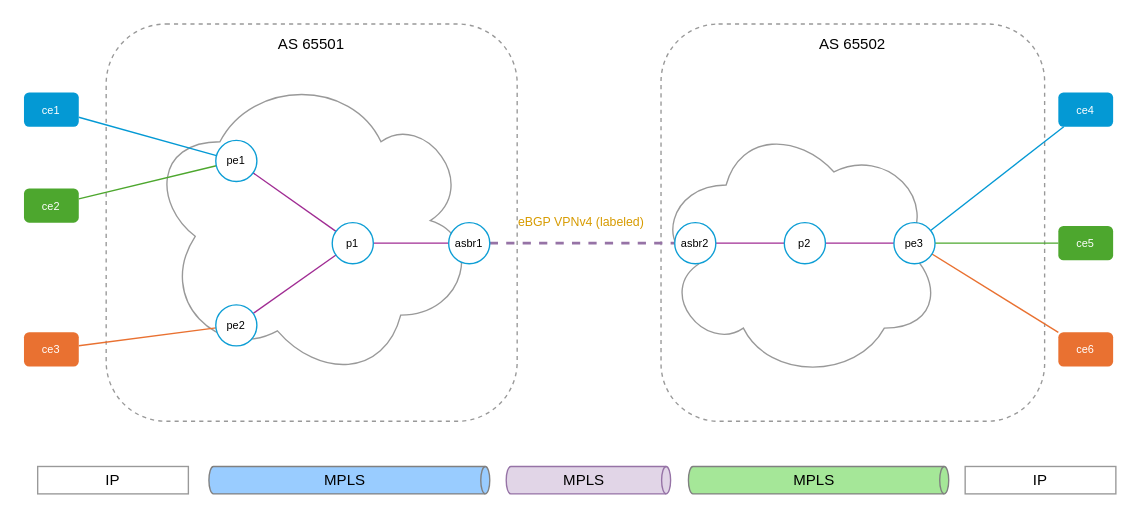
Above: playset/images/InterASOptionB.drawio in zebra-rs/zebra-rs (draw.io), before the change. Source tidied: cells renumbered, new cells numbered last; positions are measured from the earlier drawing's top-left corner, leaving out a move shared by most shapes. Both pictures are drawn from the tidied source at 137%, with x=0, y=0 at pixel (23, 23).
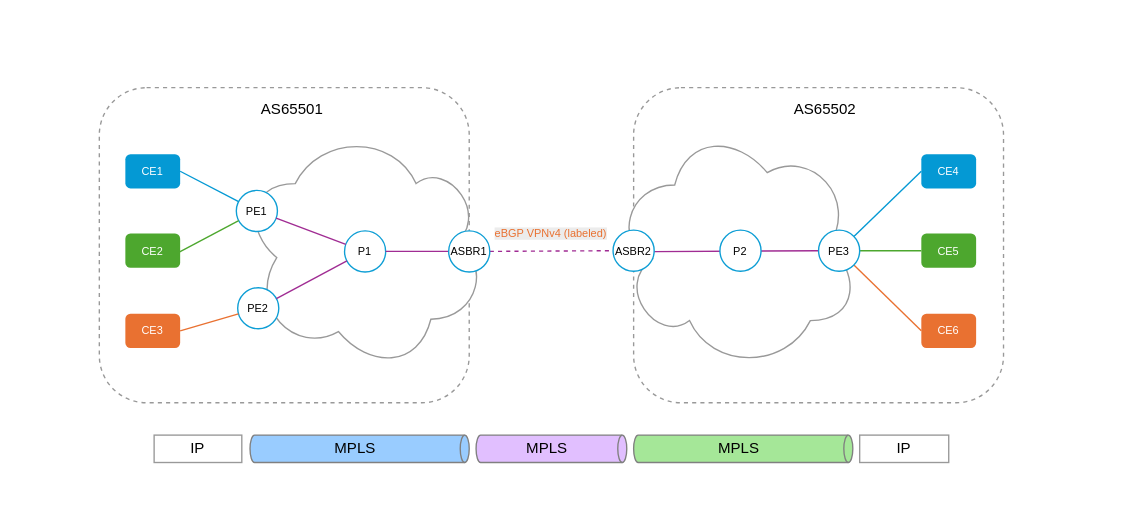
The same page after the edit.

The edit, as a diff of the source:
```diff
@@
-    <mxCell id="2" style="rounded=1;whiteSpace=wrap;html=1;fillColor=none;dashed=1;strokeColor=#999999;" parent="1" vertex="1">
-      <mxGeometry x="60" width="300" height="290" as="geometry" />
-    </mxCell>
-    <mxCell id="3" style="rounded=1;whiteSpace=wrap;html=1;fillColor=none;dashed=1;strokeColor=#999999;" parent="1" vertex="1">
-      <mxGeometry x="465" width="280" height="290" as="geometry" />
-    </mxCell>
-    <mxCell id="4" style="ellipse;shape=cloud;whiteSpace=wrap;html=1;flipV=1;flipH=1;strokeColor=#999999;" parent="1" vertex="1">
-      <mxGeometry x="95" y="40" width="240" height="230" as="geometry" />
-    </mxCell>
-    <mxCell id="5" style="ellipse;shape=cloud;whiteSpace=wrap;html=1;strokeColor=#999999;" parent="1" vertex="1">
-      <mxGeometry x="460" y="70" width="210" height="190" as="geometry" />
-    </mxCell>
-    <mxCell id="6" value="AS 65501" style="text;html=1;whiteSpace=wrap;strokeColor=none;fillColor=none;align=center;verticalAlign=middle;rounded=0;fontSize=11;" parent="1" vertex="1">
-      <mxGeometry x="175" width="70" height="30" as="geometry" />
-    </mxCell>
-    <mxCell id="7" value="AS 65502" style="text;html=1;whiteSpace=wrap;strokeColor=none;fillColor=none;align=center;verticalAlign=middle;rounded=0;fontSize=11;" parent="1" vertex="1">
-      <mxGeometry x="570" width="70" height="30" as="geometry" />
-    </mxCell>
-    <mxCell id="8" style="endArrow=none;html=1;rounded=0;strokeColor=#0499D4;" parent="1" edge="1" source="28" target="21">
-      <mxGeometry relative="1" as="geometry" />
-    </mxCell>
-    <mxCell id="9" style="endArrow=none;html=1;rounded=0;strokeColor=#4DA72E;" parent="1" edge="1" source="29" target="21">
-      <mxGeometry relative="1" as="geometry" />
-    </mxCell>
-    <mxCell id="10" style="endArrow=none;html=1;rounded=0;strokeColor=#E97131;" parent="1" edge="1" source="30" target="22">
-      <mxGeometry relative="1" as="geometry" />
-    </mxCell>
-    <mxCell id="11" style="endArrow=none;html=1;rounded=0;strokeColor=#A02C93;" parent="1" edge="1" source="21" target="23">
-      <mxGeometry relative="1" as="geometry" />
-    </mxCell>
-    <mxCell id="12" style="endArrow=none;html=1;rounded=0;strokeColor=#A02C93;" parent="1" edge="1" source="22" target="23">
-      <mxGeometry relative="1" as="geometry" />
-    </mxCell>
-    <mxCell id="13" style="endArrow=none;html=1;rounded=0;strokeColor=#A02C93;" parent="1" edge="1" source="23" target="24">
-      <mxGeometry relative="1" as="geometry" />
-    </mxCell>
-    <mxCell id="14" style="endArrow=none;html=1;rounded=0;strokeColor=#A02C93;" parent="1" edge="1" source="25" target="26">
-      <mxGeometry relative="1" as="geometry" />
-    </mxCell>
-    <mxCell id="15" style="endArrow=none;html=1;rounded=0;strokeColor=#A02C93;" parent="1" edge="1" source="26" target="27">
-      <mxGeometry relative="1" as="geometry" />
-    </mxCell>
-    <mxCell id="16" style="endArrow=none;html=1;rounded=0;strokeColor=#0499D4;" parent="1" edge="1" source="27" target="31">
-      <mxGeometry relative="1" as="geometry" />
-    </mxCell>
-    <mxCell id="17" style="endArrow=none;html=1;rounded=0;strokeColor=#4DA72E;" parent="1" edge="1" source="27" target="32">
-      <mxGeometry relative="1" as="geometry" />
-    </mxCell>
-    <mxCell id="18" style="endArrow=none;html=1;rounded=0;strokeColor=#E97131;" parent="1" edge="1" source="27" target="33">
-      <mxGeometry relative="1" as="geometry" />
-    </mxCell>
-    <mxCell id="19" style="endArrow=none;html=1;rounded=0;dashed=1;strokeColor=#9673A6;strokeWidth=2;" parent="1" edge="1" source="24" target="25">
-      <mxGeometry relative="1" as="geometry" />
-    </mxCell>
+    <mxCell id="39" style="rounded=0;whiteSpace=wrap;html=1;strokeColor=none;" parent="1" vertex="1">
+      <mxGeometry x="25" y="16.5" width="720" height="330" as="geometry" />
+    </mxCell>
+    <mxCell id="40" style="rounded=1;whiteSpace=wrap;html=1;fillColor=none;dashed=1;strokeColor=#999999;" parent="1" vertex="1">
+      <mxGeometry x="445" y="46.5" width="270" height="230" as="geometry" />
+    </mxCell>
+    <mxCell id="41" style="ellipse;shape=cloud;whiteSpace=wrap;html=1;strokeColor=#999999;" parent="1" vertex="1">
+      <mxGeometry x="430" y="72.5" width="180" height="180" as="geometry" />
+    </mxCell>
+    <mxCell id="42" style="rounded=1;whiteSpace=wrap;html=1;fillColor=none;dashed=1;strokeColor=#999999;" parent="1" vertex="1">
+      <mxGeometry x="55" y="46.5" width="270" height="230" as="geometry" />
+    </mxCell>
+    <mxCell id="43" style="ellipse;shape=cloud;whiteSpace=wrap;html=1;flipV=1;flipH=1;strokeColor=#999999;" parent="1" vertex="1">
+      <mxGeometry x="162" y="80.5" width="180" height="180" as="geometry" />
+    </mxCell>
+    <mxCell id="44" value="PE1" style="ellipse;whiteSpace=wrap;html=1;strokeColor=#0E9ED5;fontSize=8;" parent="1" vertex="1">
+      <mxGeometry x="155" y="121.5" width="30" height="30" as="geometry" />
+    </mxCell>
+    <mxCell id="45" value="&lt;font&gt;P1&lt;/font&gt;" style="ellipse;whiteSpace=wrap;html=1;strokeColor=#0E9ED5;fontSize=8;" parent="1" vertex="1">
+      <mxGeometry x="234" y="151" width="30" height="30" as="geometry" />
+    </mxCell>
+    <mxCell id="46" value="&lt;font&gt;PE2&lt;/font&gt;" style="ellipse;whiteSpace=wrap;html=1;strokeColor=#0E9ED5;fontSize=8;" parent="1" vertex="1">
+      <mxGeometry x="156" y="192.5" width="30" height="30" as="geometry" />
+    </mxCell>
+    <mxCell id="47" value="CE1" style="rounded=1;whiteSpace=wrap;html=1;fillStyle=solid;fillColor=#0499D4;strokeColor=none;fontSize=8;fontColor=#FFFFFF;" parent="1" vertex="1">
+      <mxGeometry x="74" y="95" width="40" height="25" as="geometry" />
+    </mxCell>
+    <mxCell id="48" value="CE4" style="rounded=1;whiteSpace=wrap;html=1;fillStyle=solid;fillColor=#0499D4;strokeColor=none;fontSize=8;fontColor=#FFFFFF;" parent="1" vertex="1">
+      <mxGeometry x="655" y="95" width="40" height="25" as="geometry" />
+    </mxCell>
+    <mxCell id="49" style="endArrow=none;html=1;rounded=0;exitX=1;exitY=0.5;exitDx=0;exitDy=0;strokeColor=#0499D4;fillColor=#0499D4;" parent="1" edge="1" source="47" target="44">
+      <mxGeometry relative="1" as="geometry" />
+    </mxCell>
+    <mxCell id="50" value="CE5" style="rounded=1;whiteSpace=wrap;html=1;fillStyle=solid;fillColor=#4DA72E;strokeColor=none;fontSize=8;fontColor=#FFFFFF;" parent="1" vertex="1">
+      <mxGeometry x="655" y="153" width="40" height="25" as="geometry" />
+    </mxCell>
+    <mxCell id="51" value="CE2" style="rounded=1;whiteSpace=wrap;html=1;fillStyle=solid;fillColor=#4DA72E;strokeColor=none;fontSize=8;fontColor=#FFFFFF;" parent="1" vertex="1">
+      <mxGeometry x="74" y="153" width="40" height="25" as="geometry" />
+    </mxCell>
+    <mxCell id="52" value="CE3" style="rounded=1;whiteSpace=wrap;html=1;fillStyle=solid;fillColor=#E97131;strokeColor=none;fontSize=8;fontColor=#FFFFFF;" parent="1" vertex="1">
+      <mxGeometry x="74" y="211.5" width="40" height="25" as="geometry" />
+    </mxCell>
+    <mxCell id="53" value="CE6" style="rounded=1;whiteSpace=wrap;html=1;fillStyle=solid;fillColor=#E97131;strokeColor=none;fontSize=8;fontColor=#FFFFFF;" parent="1" vertex="1">
+      <mxGeometry x="655" y="211.5" width="40" height="25" as="geometry" />
+    </mxCell>
+    <mxCell id="54" style="endArrow=none;html=1;rounded=0;strokeColor=#4DA72E;exitX=0.957;exitY=0.562;exitDx=0;exitDy=0;exitPerimeter=0;" parent="1" edge="1" source="51" target="44">
+      <mxGeometry relative="1" as="geometry" />
+    </mxCell>
+    <mxCell id="55" style="endArrow=none;html=1;rounded=0;exitX=1;exitY=0.5;exitDx=0;exitDy=0;strokeColor=#E97131;" parent="1" edge="1" source="52" target="46">
+      <mxGeometry relative="1" as="geometry" />
+    </mxCell>
+    <mxCell id="56" style="endArrow=none;html=1;rounded=0;entryX=0;entryY=0.5;entryDx=0;entryDy=0;strokeColor=#0499D4;" parent="1" edge="1" source="66" target="48">
+      <mxGeometry relative="1" as="geometry" />
+    </mxCell>
+    <mxCell id="57" style="endArrow=none;html=1;rounded=0;entryX=0;entryY=0.5;entryDx=0;entryDy=0;strokeColor=#4DA72E;" parent="1" edge="1" source="66" target="50">
+      <mxGeometry relative="1" as="geometry" />
+    </mxCell>
+    <mxCell id="58" style="endArrow=none;html=1;rounded=0;entryX=0;entryY=0.5;entryDx=0;entryDy=0;strokeColor=#E97131;" parent="1" edge="1" source="66" target="53">
+      <mxGeometry relative="1" as="geometry" />
+    </mxCell>
+    <mxCell id="59" style="endArrow=none;html=1;rounded=0;strokeColor=#A02C93;" parent="1" edge="1" source="45" target="63">
+      <mxGeometry relative="1" as="geometry" />
+    </mxCell>
+    <mxCell id="60" style="endArrow=none;html=1;rounded=0;strokeColor=#A02C93;" parent="1" edge="1" source="44" target="45">
+      <mxGeometry relative="1" as="geometry" />
+    </mxCell>
+    <mxCell id="61" style="endArrow=none;html=1;rounded=0;strokeColor=#A02C93;" parent="1" edge="1" source="46" target="45">
+      <mxGeometry relative="1" as="geometry" />
+    </mxCell>
+    <mxCell id="62" style="endArrow=none;html=1;rounded=0;strokeColor=light-dark(#a02b93, #418e26);dashed=1;" parent="1" edge="1" source="63" target="67">
+      <mxGeometry relative="1" as="geometry" />
+    </mxCell>
+    <mxCell id="63" value="ASBR1" style="ellipse;whiteSpace=wrap;html=1;strokeColor=#0E9ED5;fontSize=8;" parent="1" vertex="1">
+      <mxGeometry x="310" y="151" width="30" height="30" as="geometry" />
+    </mxCell>
+    <mxCell id="64" style="endArrow=none;html=1;rounded=0;strokeColor=#A02C93;" parent="1" edge="1" target="66">
+      <mxGeometry relative="1" as="geometry">
+        <mxPoint x="460" y="166.2" as="sourcePoint" />
+      </mxGeometry>
+    </mxCell>
+    <mxCell id="65" value="&lt;span&gt;P2&lt;/span&gt;" style="ellipse;whiteSpace=wrap;html=1;strokeColor=#0E9ED5;fontSize=8;" parent="1" vertex="1">
+      <mxGeometry x="508" y="150.5" width="30" height="30" as="geometry" />
+    </mxCell>
+    <mxCell id="66" value="PE3" style="ellipse;whiteSpace=wrap;html=1;strokeColor=#0E9ED5;fontSize=8;" parent="1" vertex="1">
+      <mxGeometry x="580" y="150.5" width="30" height="30" as="geometry" />
+    </mxCell>
+    <mxCell id="67" value="&lt;span&gt;ASBR2&lt;/span&gt;" style="ellipse;whiteSpace=wrap;html=1;strokeColor=#0E9ED5;fontSize=8;" parent="1" vertex="1">
+      <mxGeometry x="430" y="150.5" width="30" height="30" as="geometry" />
+    </mxCell>
+    <mxCell id="68" value="AS65501" style="text;html=1;whiteSpace=wrap;strokeColor=none;fillColor=none;align=center;verticalAlign=middle;rounded=0;fontSize=11;" parent="1" vertex="1">
+      <mxGeometry x="161" y="46.5" width="70" height="30" as="geometry" />
+    </mxCell>
+    <mxCell id="69" value="AS65502" style="text;html=1;whiteSpace=wrap;strokeColor=none;fillColor=none;align=center;verticalAlign=middle;rounded=0;fontSize=11;" parent="1" vertex="1">
+      <mxGeometry x="550" y="46.5" width="70" height="30" as="geometry" />
+    </mxCell>
+    <mxCell id="70" value="&lt;font&gt;MPLS&lt;/font&gt;" style="shape=cylinder3;whiteSpace=wrap;html=1;boundedLbl=1;backgroundOutline=1;size=3.285714285714164;direction=south;strokeColor=#808080;fillColor=light-dark(#99CCFF,#2566A8);fontColor=#000000;fontSize=11;" parent="1" vertex="1">
+      <mxGeometry x="165" y="300.1" width="160" height="20" as="geometry" />
+    </mxCell>
+    <mxCell id="71" value="&lt;font style=&quot;color: rgb(0, 0, 0);&quot;&gt;MPLS&lt;/font&gt;" style="shape=cylinder3;whiteSpace=wrap;html=1;boundedLbl=1;backgroundOutline=1;size=3.285714285714164;direction=south;strokeColor=#808080;fillColor=light-dark(#A5E798,#003900);fontColor=#FFFFFF;fontSize=11;" parent="1" vertex="1">
+      <mxGeometry x="445" y="300.1" width="160" height="20" as="geometry" />
+    </mxCell>
+    <mxCell id="72" value="&lt;font&gt;IP&lt;/font&gt;" style="rounded=0;whiteSpace=wrap;html=1;strokeColor=#999999;fontSize=11;" parent="1" vertex="1">
+      <mxGeometry x="95" y="300.1" width="64" height="20" as="geometry" />
+    </mxCell>
+    <mxCell id="73" value="&lt;font&gt;IP&lt;/font&gt;" style="rounded=0;whiteSpace=wrap;html=1;strokeColor=#999999;fontSize=11;" parent="1" vertex="1">
+      <mxGeometry x="610" y="300.1" width="65" height="20" as="geometry" />
+    </mxCell>
+    <mxCell id="74" value="&lt;font style=&quot;color: rgb(0, 0, 0);&quot;&gt;MPLS&lt;/font&gt;" style="shape=cylinder3;whiteSpace=wrap;html=1;boundedLbl=1;backgroundOutline=1;size=3.285714285714164;direction=south;strokeColor=#808080;fillColor=light-dark(#E1BFFF,#774BA3);fontColor=#FFFFFF;fontSize=11;" parent="1" vertex="1">
+      <mxGeometry x="330" y="300.1" width="110" height="20" as="geometry" />
+    </mxCell>
-    <mxCell id="20" value="eBGP VPNv4 (labeled)" style="text;html=1;whiteSpace=wrap;strokeColor=none;fillColor=none;align=center;verticalAlign=middle;rounded=0;fontSize=9;fontColor=#D79B00;" parent="1" vertex="1">
-      <mxGeometry x="342" y="138" width="130" height="14" as="geometry" />
+    <mxCell id="20" value="&lt;span style=&quot;color: rgb(233, 113, 49); font-family: Helvetica; font-size: 8px; font-style: normal; font-variant-ligatures: normal; font-variant-caps: normal; font-weight: 400; letter-spacing: normal; orphans: 2; text-align: center; text-indent: 0px; text-transform: none; widows: 2; word-spacing: 0px; -webkit-text-stroke-width: 0px; white-space: normal; background-color: rgb(236, 236, 236); text-decoration-thickness: initial; text-decoration-style: initial; text-decoration-color: initial; display: inline !important; float: none;&quot;&gt;eBGP VPNv4 (labeled)&lt;/span&gt;" style="text;whiteSpace=wrap;html=1;" parent="1" vertex="1">
+      <mxGeometry x="342" y="138" width="120" height="40" as="geometry" />
     </mxCell>
-    <mxCell id="21" value="pe1" style="ellipse;whiteSpace=wrap;html=1;strokeColor=#0E9ED5;fillColor=#FFFFFF;fontSize=8;" parent="1" vertex="1">
-      <mxGeometry x="140" y="85" width="30" height="30" as="geometry" />
-    </mxCell>
-    <mxCell id="22" value="pe2" style="ellipse;whiteSpace=wrap;html=1;strokeColor=#0E9ED5;fillColor=#FFFFFF;fontSize=8;" parent="1" vertex="1">
-      <mxGeometry x="140" y="205" width="30" height="30" as="geometry" />
-    </mxCell>
-    <mxCell id="23" value="p1" style="ellipse;whiteSpace=wrap;html=1;strokeColor=#0E9ED5;fillColor=#FFFFFF;fontSize=8;" parent="1" vertex="1">
-      <mxGeometry x="225" y="145" width="30" height="30" as="geometry" />
-    </mxCell>
-    <mxCell id="24" value="asbr1" style="ellipse;whiteSpace=wrap;html=1;strokeColor=#0E9ED5;fillColor=#FFFFFF;fontSize=8;" parent="1" vertex="1">
-      <mxGeometry x="310" y="145" width="30" height="30" as="geometry" />
-    </mxCell>
-    <mxCell id="25" value="asbr2" style="ellipse;whiteSpace=wrap;html=1;strokeColor=#0E9ED5;fillColor=#FFFFFF;fontSize=8;" parent="1" vertex="1">
-      <mxGeometry x="475" y="145" width="30" height="30" as="geometry" />
-    </mxCell>
-    <mxCell id="26" value="p2" style="ellipse;whiteSpace=wrap;html=1;strokeColor=#0E9ED5;fillColor=#FFFFFF;fontSize=8;" parent="1" vertex="1">
-      <mxGeometry x="555" y="145" width="30" height="30" as="geometry" />
-    </mxCell>
-    <mxCell id="27" value="pe3" style="ellipse;whiteSpace=wrap;html=1;strokeColor=#0E9ED5;fillColor=#FFFFFF;fontSize=8;" parent="1" vertex="1">
-      <mxGeometry x="635" y="145" width="30" height="30" as="geometry" />
-    </mxCell>
-    <mxCell id="28" value="ce1" style="rounded=1;whiteSpace=wrap;html=1;fillStyle=solid;fillColor=#0499D4;strokeColor=none;fontSize=8;fontColor=#FFFFFF;" parent="1" vertex="1">
-      <mxGeometry y="50" width="40" height="25" as="geometry" />
-    </mxCell>
-    <mxCell id="29" value="ce2" style="rounded=1;whiteSpace=wrap;html=1;fillStyle=solid;fillColor=#4DA72E;strokeColor=none;fontSize=8;fontColor=#FFFFFF;" parent="1" vertex="1">
-      <mxGeometry y="120" width="40" height="25" as="geometry" />
-    </mxCell>
-    <mxCell id="30" value="ce3" style="rounded=1;whiteSpace=wrap;html=1;fillStyle=solid;fillColor=#E97131;strokeColor=none;fontSize=8;fontColor=#FFFFFF;" parent="1" vertex="1">
-      <mxGeometry y="225" width="40" height="25" as="geometry" />
-    </mxCell>
-    <mxCell id="31" value="ce4" style="rounded=1;whiteSpace=wrap;html=1;fillStyle=solid;fillColor=#0499D4;strokeColor=none;fontSize=8;fontColor=#FFFFFF;" parent="1" vertex="1">
-      <mxGeometry x="755" y="50" width="40" height="25" as="geometry" />
-    </mxCell>
-    <mxCell id="32" value="ce5" style="rounded=1;whiteSpace=wrap;html=1;fillStyle=solid;fillColor=#4DA72E;strokeColor=none;fontSize=8;fontColor=#FFFFFF;" parent="1" vertex="1">
-      <mxGeometry x="755" y="147.5" width="40" height="25" as="geometry" />
-    </mxCell>
-    <mxCell id="33" value="ce6" style="rounded=1;whiteSpace=wrap;html=1;fillStyle=solid;fillColor=#E97131;strokeColor=none;fontSize=8;fontColor=#FFFFFF;" parent="1" vertex="1">
-      <mxGeometry x="755" y="225" width="40" height="25" as="geometry" />
-    </mxCell>
-    <mxCell id="34" value="IP" style="rounded=0;whiteSpace=wrap;html=1;strokeColor=#999999;fontSize=11;" parent="1" vertex="1">
-      <mxGeometry x="10" y="323" width="110" height="20" as="geometry" />
-    </mxCell>
-    <mxCell id="35" value="MPLS" style="shape=cylinder3;whiteSpace=wrap;html=1;boundedLbl=1;backgroundOutline=1;size=3.285714285714164;direction=south;strokeColor=#808080;fillColor=light-dark(#99CCFF,#2566A8);fontColor=#000000;fontSize=11;" parent="1" vertex="1">
-      <mxGeometry x="135" y="323" width="205" height="20" as="geometry" />
-    </mxCell>
-    <mxCell id="36" value="MPLS" style="shape=cylinder3;whiteSpace=wrap;html=1;boundedLbl=1;backgroundOutline=1;size=3.285714285714164;direction=south;strokeColor=#9673A6;fillColor=light-dark(#E1D5E7,#59426B);fontColor=#000000;fontSize=11;" parent="1" vertex="1">
-      <mxGeometry x="352" y="323" width="120" height="20" as="geometry" />
-    </mxCell>
-    <mxCell id="37" value="MPLS" style="shape=cylinder3;whiteSpace=wrap;html=1;boundedLbl=1;backgroundOutline=1;size=3.285714285714164;direction=south;strokeColor=#808080;fillColor=light-dark(#A5E798,#003900);fontColor=#000000;fontSize=11;" parent="1" vertex="1">
-      <mxGeometry x="485" y="323" width="190" height="20" as="geometry" />
-    </mxCell>
-    <mxCell id="38" value="IP" style="rounded=0;whiteSpace=wrap;html=1;strokeColor=#999999;fontSize=11;" parent="1" vertex="1">
-      <mxGeometry x="687" y="323" width="110" height="20" as="geometry" />
-    </mxCell>
```
